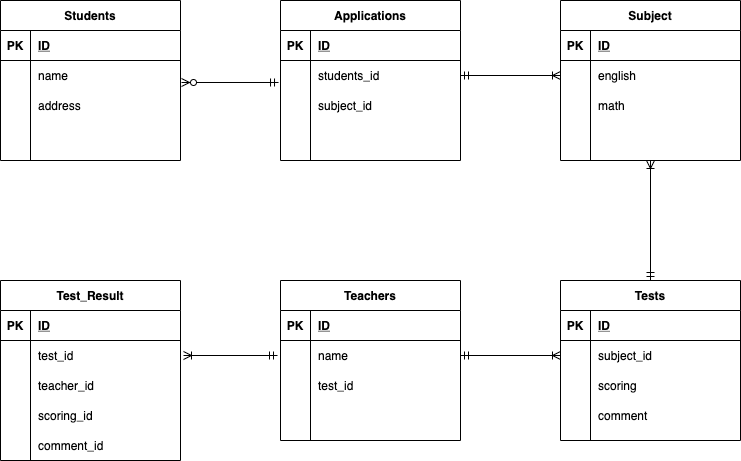
Before: index.drawio.png, a diagram exported from draw.io (ReikaNoda/20211209). Source tidied: cells renumbered, new cells last; positions are measured from the earlier drawing's top-left corner, leaving out a move shared by most shapes.
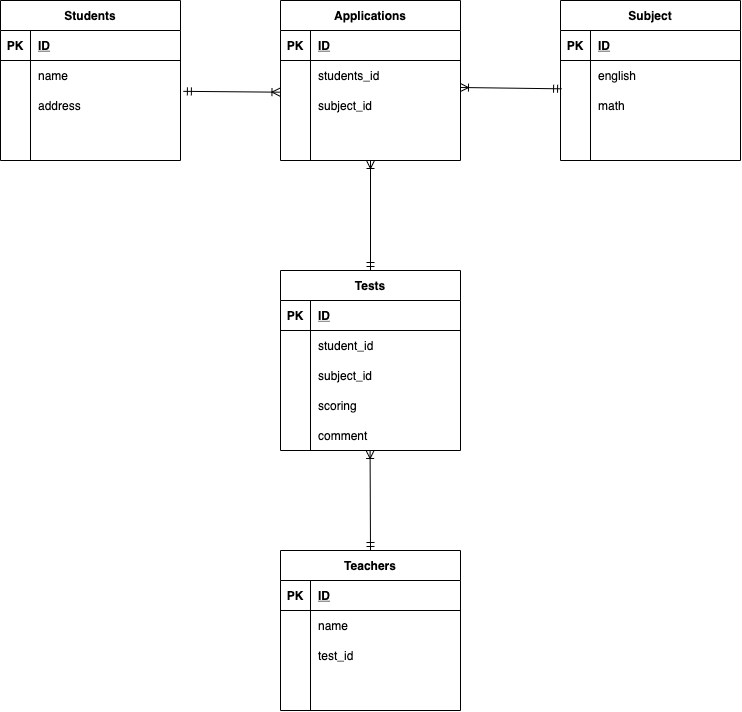
The same diagram one commit later.

Change to the diagram source:
```diff
@@ -119,47 +119,8 @@
     <mxCell id="40" style="shape=partialRectangle;fillColor=none;top=0;left=0;bottom=0;right=0;align=left;spacingLeft=6;overflow=hidden;" parent="38" vertex="1">
       <mxGeometry x="30" width="150" height="30" as="geometry" />
     </mxCell>
-    <mxCell id="41" value="Test_Result" style="shape=table;startSize=30;rowLines=0;fontStyle=1;align=center;" parent="1" vertex="1">
-      <mxGeometry y="280" width="180" height="180" as="geometry" />
-    </mxCell>
-    <mxCell id="42" style="shape=partialRectangle;fillColor=none;top=0;left=0;bottom=1;right=0;" parent="41" vertex="1">
-      <mxGeometry y="30" width="180" height="30" as="geometry" />
-    </mxCell>
-    <mxCell id="43" value="PK" style="shape=partialRectangle;fillColor=none;top=0;left=0;bottom=0;right=0;fontStyle=1;overflow=hidden;" parent="42" vertex="1">
-      <mxGeometry width="30" height="30" as="geometry" />
-    </mxCell>
-    <mxCell id="44" value="ID" style="shape=partialRectangle;fillColor=none;top=0;left=0;bottom=0;right=0;align=left;spacingLeft=6;fontStyle=5;overflow=hidden;" parent="42" vertex="1">
-      <mxGeometry x="30" width="150" height="30" as="geometry" />
-    </mxCell>
-    <mxCell id="45" style="shape=partialRectangle;fillColor=none;top=0;left=0;bottom=0;right=0;" parent="41" vertex="1">
-      <mxGeometry y="60" width="180" height="30" as="geometry" />
-    </mxCell>
-    <mxCell id="46" style="shape=partialRectangle;fillColor=none;top=0;left=0;bottom=0;right=0;overflow=hidden;" parent="45" vertex="1">
-      <mxGeometry width="30" height="30" as="geometry" />
-    </mxCell>
-    <mxCell id="47" value="test_id" style="shape=partialRectangle;fillColor=none;top=0;left=0;bottom=0;right=0;align=left;spacingLeft=6;overflow=hidden;" parent="45" vertex="1">
-      <mxGeometry x="30" width="150" height="30" as="geometry" />
-    </mxCell>
-    <mxCell id="48" style="shape=partialRectangle;fillColor=none;top=0;left=0;bottom=0;right=0;" parent="41" vertex="1">
-      <mxGeometry y="90" width="180" height="30" as="geometry" />
-    </mxCell>
-    <mxCell id="49" style="shape=partialRectangle;fillColor=none;top=0;left=0;bottom=0;right=0;overflow=hidden;" parent="48" vertex="1">
-      <mxGeometry width="30" height="30" as="geometry" />
-    </mxCell>
-    <mxCell id="50" value="teacher_id" style="shape=partialRectangle;fillColor=none;top=0;left=0;bottom=0;right=0;align=left;spacingLeft=6;overflow=hidden;" parent="48" vertex="1">
-      <mxGeometry x="30" width="150" height="30" as="geometry" />
-    </mxCell>
-    <mxCell id="51" style="shape=partialRectangle;fillColor=none;top=0;left=0;bottom=0;right=0;" parent="41" vertex="1">
-      <mxGeometry y="120" width="180" height="30" as="geometry" />
-    </mxCell>
-    <mxCell id="52" style="shape=partialRectangle;fillColor=none;top=0;left=0;bottom=0;right=0;overflow=hidden;" parent="51" vertex="1">
-      <mxGeometry width="30" height="30" as="geometry" />
-    </mxCell>
-    <mxCell id="53" value="scoring_id" style="shape=partialRectangle;fillColor=none;top=0;left=0;bottom=0;right=0;align=left;spacingLeft=6;overflow=hidden;" parent="51" vertex="1">
-      <mxGeometry x="30" width="150" height="30" as="geometry" />
-    </mxCell>
     <mxCell id="54" value="Teachers" style="shape=table;startSize=30;rowLines=0;fontStyle=1;align=center;" parent="1" vertex="1">
-      <mxGeometry x="280" y="280" width="180" height="160" as="geometry" />
+      <mxGeometry x="280" y="550" width="180" height="160" as="geometry" />
     </mxCell>
     <mxCell id="55" style="shape=partialRectangle;fillColor=none;top=0;left=0;bottom=1;right=0;" parent="54" vertex="1">
       <mxGeometry y="30" width="180" height="30" as="geometry" />
@@ -198,7 +159,7 @@
       <mxGeometry x="30" width="150" height="30" as="geometry" />
     </mxCell>
     <mxCell id="67" value="Tests" style="shape=table;startSize=30;rowLines=0;fontStyle=1;align=center;" parent="1" vertex="1">
-      <mxGeometry x="560" y="280" width="180" height="160" as="geometry" />
+      <mxGeometry x="280" y="270" width="180" height="180" as="geometry" />
     </mxCell>
     <mxCell id="68" style="shape=partialRectangle;fillColor=none;top=0;left=0;bottom=1;right=0;" parent="67" vertex="1">
       <mxGeometry y="30" width="180" height="30" as="geometry" />
@@ -215,7 +176,7 @@
     <mxCell id="72" style="shape=partialRectangle;fillColor=none;top=0;left=0;bottom=0;right=0;overflow=hidden;" parent="71" vertex="1">
       <mxGeometry width="30" height="30" as="geometry" />
     </mxCell>
-    <mxCell id="73" value="subject_id" style="shape=partialRectangle;fillColor=none;top=0;left=0;bottom=0;right=0;align=left;spacingLeft=6;overflow=hidden;" parent="71" vertex="1">
+    <mxCell id="73" value="student_id" style="shape=partialRectangle;fillColor=none;top=0;left=0;bottom=0;right=0;align=left;spacingLeft=6;overflow=hidden;" parent="71" vertex="1">
       <mxGeometry x="30" width="150" height="30" as="geometry" />
     </mxCell>
     <mxCell id="74" style="shape=partialRectangle;fillColor=none;top=0;left=0;bottom=0;right=0;" parent="67" vertex="1">
@@ -224,7 +185,7 @@
     <mxCell id="75" style="shape=partialRectangle;fillColor=none;top=0;left=0;bottom=0;right=0;overflow=hidden;" parent="74" vertex="1">
       <mxGeometry width="30" height="30" as="geometry" />
     </mxCell>
-    <mxCell id="76" value="scoring" style="shape=partialRectangle;fillColor=none;top=0;left=0;bottom=0;right=0;align=left;spacingLeft=6;overflow=hidden;" parent="74" vertex="1">
+    <mxCell id="76" value="subject_id" style="shape=partialRectangle;fillColor=none;top=0;left=0;bottom=0;right=0;align=left;spacingLeft=6;overflow=hidden;" parent="74" vertex="1">
       <mxGeometry x="30" width="150" height="30" as="geometry" />
     </mxCell>
     <mxCell id="77" style="shape=partialRectangle;fillColor=none;top=0;left=0;bottom=0;right=0;" parent="67" vertex="1">
@@ -233,31 +194,28 @@
     <mxCell id="78" style="shape=partialRectangle;fillColor=none;top=0;left=0;bottom=0;right=0;overflow=hidden;" parent="77" vertex="1">
       <mxGeometry width="30" height="30" as="geometry" />
     </mxCell>
-    <mxCell id="79" value="comment" style="shape=partialRectangle;fillColor=none;top=0;left=0;bottom=0;right=0;align=left;spacingLeft=6;overflow=hidden;" parent="77" vertex="1">
+    <mxCell id="79" value="scoring" style="shape=partialRectangle;fillColor=none;top=0;left=0;bottom=0;right=0;align=left;spacingLeft=6;overflow=hidden;" parent="77" vertex="1">
       <mxGeometry x="30" width="150" height="30" as="geometry" />
     </mxCell>
-    <mxCell id="80" style="fontSize=12;html=1;endArrow=ERzeroToMany;startArrow=ERmandOne;exitX=-0.011;exitY=0.733;exitDx=0;exitDy=0;exitPerimeter=0;" parent="1" edge="1" source="19">
-      <mxGeometry relative="1" as="geometry">
-        <mxPoint x="181" y="82" as="targetPoint" />
-      </mxGeometry>
-    </mxCell>
-    <mxCell id="81" style="fontSize=12;html=1;endArrow=ERoneToMany;startArrow=ERmandOne;entryX=0;entryY=0.5;entryDx=0;entryDy=0;exitX=1;exitY=0.5;exitDx=0;exitDy=0;" parent="1" edge="1" source="19" target="32">
-      <mxGeometry relative="1" as="geometry" />
+    <mxCell id="81" style="fontSize=12;html=1;endArrow=ERoneToMany;startArrow=ERmandOne;exitX=0.006;exitY=-0.056;exitDx=0;exitDy=0;exitPerimeter=0;" parent="1" edge="1" source="35">
+      <mxGeometry relative="1" as="geometry">
+        <mxPoint x="460" y="87" as="targetPoint" />
+      </mxGeometry>
     </mxCell>
-    <mxCell id="82" style="fontSize=12;html=1;endArrow=ERoneToMany;startArrow=ERmandOne;entryX=0.5;entryY=1;entryDx=0;entryDy=0;exitX=0.5;exitY=0;exitDx=0;exitDy=0;" parent="1" edge="1" source="67" target="28">
-      <mxGeometry relative="1" as="geometry" />
-    </mxCell>
-    <mxCell id="83" style="fontSize=12;html=1;endArrow=ERoneToMany;startArrow=ERmandOne;entryX=0;entryY=0.5;entryDx=0;entryDy=0;exitX=1;exitY=0.5;exitDx=0;exitDy=0;" parent="1" edge="1" source="58" target="71">
-      <mxGeometry relative="1" as="geometry" />
-    </mxCell>
-    <mxCell id="84" value="comment_id" style="shape=partialRectangle;fillColor=none;top=0;left=0;bottom=0;right=0;align=left;spacingLeft=6;overflow=hidden;" parent="1" vertex="1">
-      <mxGeometry x="30" y="430" width="150" height="30" as="geometry" />
-    </mxCell>
-    <mxCell id="85" style="fontSize=12;html=1;endArrow=ERoneToMany;startArrow=ERmandOne;" parent="1" edge="1">
-      <mxGeometry relative="1" as="geometry">
-        <mxPoint x="277" y="355" as="sourcePoint" />
-        <mxPoint x="183" y="355" as="targetPoint" />
-      </mxGeometry>
-    </mxCell>
+    <mxCell id="86" value="comment" style="shape=partialRectangle;fillColor=none;top=0;left=0;bottom=0;right=0;align=left;spacingLeft=6;overflow=hidden;" parent="1" vertex="1">
+      <mxGeometry x="310" y="420" width="150" height="30" as="geometry" />
+    </mxCell>
+    <mxCell id="87" style="fontSize=12;html=1;endArrow=ERoneToMany;startArrow=ERmandOne;exitX=1.016;exitY=0.028;exitDx=0;exitDy=0;exitPerimeter=0;entryX=-0.003;entryY=0.056;entryDx=0;entryDy=0;entryPerimeter=0;" parent="1" edge="1" source="9" target="22">
+      <mxGeometry relative="1" as="geometry" />
+    </mxCell>
+    <mxCell id="88" style="fontSize=12;html=1;endArrow=ERoneToMany;startArrow=ERmandOne;entryX=0.5;entryY=1;entryDx=0;entryDy=0;exitX=0.5;exitY=0;exitDx=0;exitDy=0;" parent="1" edge="1" source="67" target="15">
+      <mxGeometry relative="1" as="geometry" />
+    </mxCell>
+    <mxCell id="89" style="fontSize=12;html=1;endArrow=ERoneToMany;startArrow=ERmandOne;entryX=0.5;entryY=1;entryDx=0;entryDy=0;" parent="1" edge="1">
+      <mxGeometry relative="1" as="geometry">
+        <mxPoint x="370" y="550" as="sourcePoint" />
+        <mxPoint x="369.6" y="450" as="targetPoint" />
+      </mxGeometry>
+    </mxCell>
   </root>
 </mxGraphModel>
```
